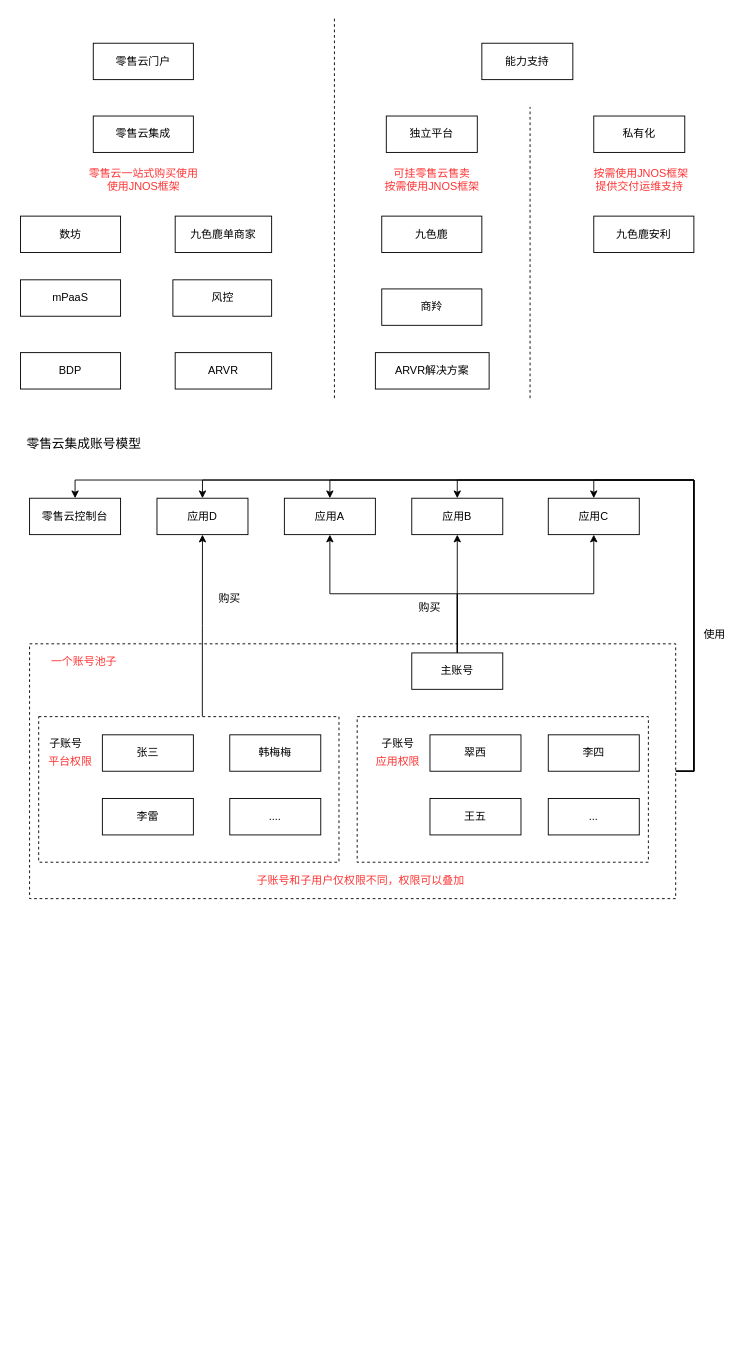
Earlier version of the draw.io diagram page "第 2 页" (2 of 2) of account-model.drawio (greenabyss/image). Source tidied: cells renumbered, new cells numbered last; positions are measured from the earlier drawing's top-left corner, leaving out a move shared by most shapes. Both pictures are drawn from the tidied source at 91%, with x=0, y=0 at pixel (15, 15).
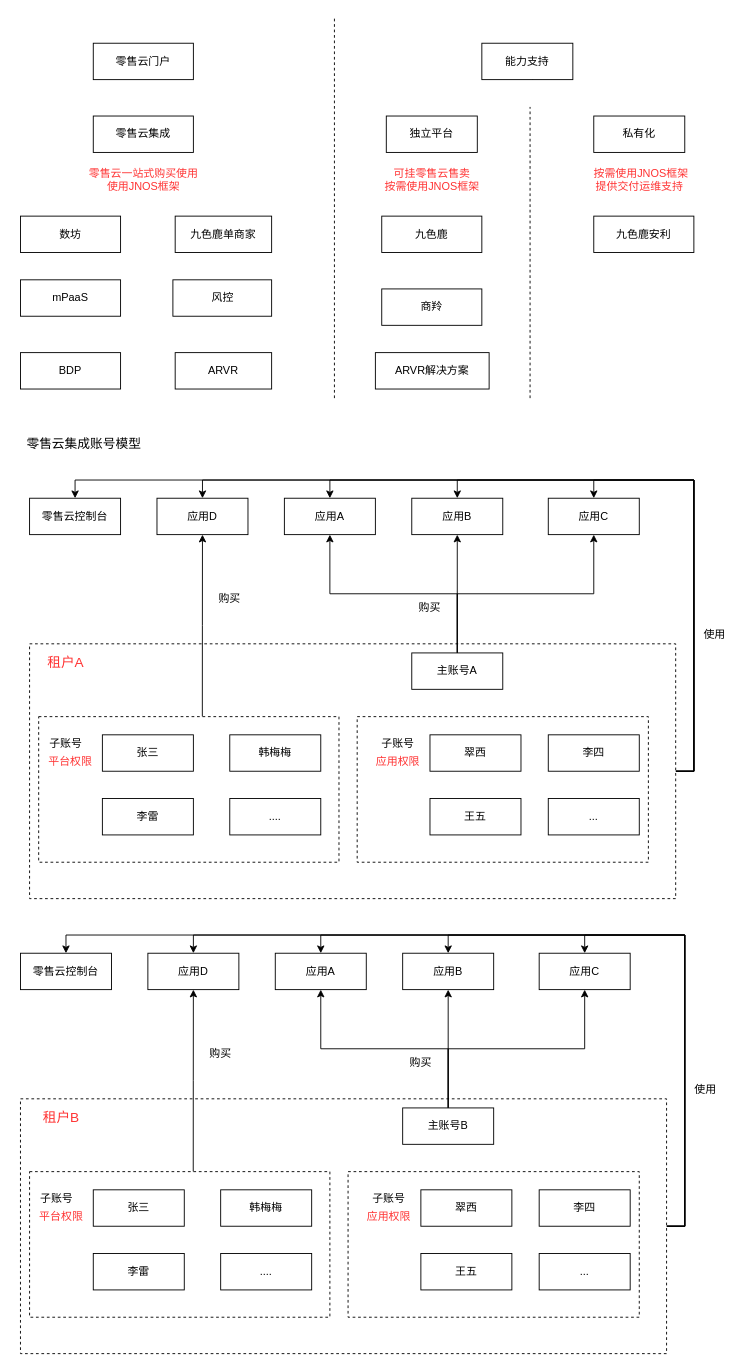
The same diagram, later.

Change to the diagram source:
```diff
@@
-    <mxCell id="30" value="主账号" style="rounded=0;whiteSpace=wrap;html=1;" parent="1" vertex="1">
+    <mxCell id="30" value="主账号A" style="rounded=0;whiteSpace=wrap;html=1;" parent="1" vertex="1">
       <mxGeometry x="435" y="700" width="100" height="40" as="geometry" />
     </mxCell>
@@
-    <mxCell id="50" value="&lt;font color=&quot;#ff3333&quot;&gt;一个账号池子&lt;/font&gt;" style="text;html=1;strokeColor=none;fillColor=none;align=center;verticalAlign=middle;whiteSpace=wrap;rounded=0;dashed=1;" parent="1" vertex="1">
-      <mxGeometry x="35" y="700" width="80" height="20" as="geometry" />
+    <mxCell id="50" value="&lt;font color=&quot;#ff3333&quot; style=&quot;font-size: 15px;&quot;&gt;租户A&lt;/font&gt;" style="text;html=1;strokeColor=none;fillColor=none;align=center;verticalAlign=middle;whiteSpace=wrap;rounded=0;dashed=1;fontSize=15;" parent="1" vertex="1">
+      <mxGeometry x="15" y="700" width="80" height="20" as="geometry" />
     </mxCell>
@@
-    <mxCell id="57" value="&lt;font color=&quot;#ff3333&quot;&gt;子账号和子用户仅权限不同，权限可以叠加&lt;/font&gt;" style="text;html=1;strokeColor=none;fillColor=none;align=center;verticalAlign=middle;whiteSpace=wrap;rounded=0;dashed=1;" parent="1" vertex="1">
-      <mxGeometry x="261" y="940" width="236" height="20" as="geometry" />
-    </mxCell>
@@
+    <mxCell id="59" style="edgeStyle=orthogonalEdgeStyle;rounded=0;jettySize=auto;html=1;exitX=1;exitY=0.5;exitDx=0;exitDy=0;entryX=0.5;entryY=0;entryDx=0;entryDy=0;" parent="1" edge="1" source="64" target="82">
+      <mxGeometry relative="1" as="geometry" />
+    </mxCell>
+    <mxCell id="60" style="edgeStyle=orthogonalEdgeStyle;rounded=0;jettySize=auto;html=1;exitX=1;exitY=0.5;exitDx=0;exitDy=0;entryX=0.5;entryY=0;entryDx=0;entryDy=0;" parent="1" edge="1" source="64" target="86">
+      <mxGeometry relative="1" as="geometry" />
+    </mxCell>
+    <mxCell id="61" style="edgeStyle=orthogonalEdgeStyle;rounded=0;jettySize=auto;html=1;exitX=1;exitY=0.5;exitDx=0;exitDy=0;entryX=0.5;entryY=0;entryDx=0;entryDy=0;" parent="1" edge="1" source="64" target="88">
+      <mxGeometry relative="1" as="geometry" />
+    </mxCell>
+    <mxCell id="62" style="edgeStyle=orthogonalEdgeStyle;rounded=0;jettySize=auto;html=1;exitX=1;exitY=0.5;exitDx=0;exitDy=0;entryX=0.5;entryY=0;entryDx=0;entryDy=0;" parent="1" edge="1" source="64" target="84">
+      <mxGeometry relative="1" as="geometry">
+        <Array as="points">
+          <mxPoint x="735" y="1330" />
+          <mxPoint x="735" y="1010" />
+          <mxPoint x="625" y="1010" />
+        </Array>
+      </mxGeometry>
+    </mxCell>
+    <mxCell id="63" style="edgeStyle=orthogonalEdgeStyle;rounded=0;jettySize=auto;html=1;exitX=1;exitY=0.5;exitDx=0;exitDy=0;entryX=0.5;entryY=0;entryDx=0;entryDy=0;" parent="1" edge="1" source="64" target="83">
+      <mxGeometry relative="1" as="geometry">
+        <Array as="points">
+          <mxPoint x="735" y="1330" />
+          <mxPoint x="735" y="1010" />
+          <mxPoint x="475" y="1010" />
+        </Array>
+      </mxGeometry>
+    </mxCell>
+    <mxCell id="64" style="rounded=0;whiteSpace=wrap;html=1;dashed=1;" parent="1" vertex="1">
+      <mxGeometry x="5" y="1190" width="710" height="280" as="geometry" />
+    </mxCell>
+    <mxCell id="65" style="edgeStyle=orthogonalEdgeStyle;rounded=0;jettySize=auto;html=1;exitX=0.545;exitY=0;exitDx=0;exitDy=0;entryX=0.5;entryY=1;entryDx=0;entryDy=0;exitPerimeter=0;" parent="1" edge="1" source="66" target="86">
+      <mxGeometry relative="1" as="geometry" />
+    </mxCell>
+    <mxCell id="66" style="rounded=0;whiteSpace=wrap;html=1;dashed=1;" parent="1" vertex="1">
+      <mxGeometry x="15" y="1270" width="330" height="160" as="geometry" />
+    </mxCell>
+    <mxCell id="67" style="edgeStyle=orthogonalEdgeStyle;rounded=0;jettySize=auto;html=1;exitX=0.5;exitY=0;exitDx=0;exitDy=0;entryX=0.5;entryY=1;entryDx=0;entryDy=0;" parent="1" edge="1" source="70" target="82">
+      <mxGeometry relative="1" as="geometry" />
+    </mxCell>
+    <mxCell id="68" style="edgeStyle=orthogonalEdgeStyle;rounded=0;jettySize=auto;html=1;exitX=0.5;exitY=0;exitDx=0;exitDy=0;entryX=0.5;entryY=1;entryDx=0;entryDy=0;" parent="1" edge="1" source="70" target="83">
+      <mxGeometry relative="1" as="geometry" />
+    </mxCell>
+    <mxCell id="69" style="edgeStyle=orthogonalEdgeStyle;rounded=0;jettySize=auto;html=1;exitX=0.5;exitY=0;exitDx=0;exitDy=0;entryX=0.5;entryY=1;entryDx=0;entryDy=0;" parent="1" edge="1" source="70" target="84">
+      <mxGeometry relative="1" as="geometry" />
+    </mxCell>
+    <mxCell id="70" value="主账号B" style="rounded=0;whiteSpace=wrap;html=1;" parent="1" vertex="1">
+      <mxGeometry x="425" y="1200" width="100" height="40" as="geometry" />
+    </mxCell>
+    <mxCell id="71" value="张三" style="rounded=0;whiteSpace=wrap;html=1;" parent="1" vertex="1">
+      <mxGeometry x="85" y="1290" width="100" height="40" as="geometry" />
+    </mxCell>
+    <mxCell id="72" value="李雷" style="rounded=0;whiteSpace=wrap;html=1;" parent="1" vertex="1">
+      <mxGeometry x="85" y="1360" width="100" height="40" as="geometry" />
+    </mxCell>
+    <mxCell id="73" value="韩梅梅" style="rounded=0;whiteSpace=wrap;html=1;" parent="1" vertex="1">
+      <mxGeometry x="225" y="1290" width="100" height="40" as="geometry" />
+    </mxCell>
+    <mxCell id="74" style="rounded=0;whiteSpace=wrap;html=1;dashed=1;" parent="1" vertex="1">
+      <mxGeometry x="365" y="1270" width="320" height="160" as="geometry" />
+    </mxCell>
+    <mxCell id="75" value="翠西" style="rounded=0;whiteSpace=wrap;html=1;" parent="1" vertex="1">
+      <mxGeometry x="445" y="1290" width="100" height="40" as="geometry" />
+    </mxCell>
+    <mxCell id="76" value="李四" style="rounded=0;whiteSpace=wrap;html=1;" parent="1" vertex="1">
+      <mxGeometry x="575" y="1290" width="100" height="40" as="geometry" />
+    </mxCell>
+    <mxCell id="77" value="王五" style="rounded=0;whiteSpace=wrap;html=1;" parent="1" vertex="1">
+      <mxGeometry x="445" y="1360" width="100" height="40" as="geometry" />
+    </mxCell>
+    <mxCell id="78" value="...." style="rounded=0;whiteSpace=wrap;html=1;" parent="1" vertex="1">
+      <mxGeometry x="225" y="1360" width="100" height="40" as="geometry" />
+    </mxCell>
+    <mxCell id="79" value="子账号" style="text;html=1;strokeColor=none;fillColor=none;align=center;verticalAlign=middle;whiteSpace=wrap;rounded=0;dashed=1;" parent="1" vertex="1">
+      <mxGeometry x="25" y="1290" width="40" height="20" as="geometry" />
+    </mxCell>
+    <mxCell id="80" value="..." style="rounded=0;whiteSpace=wrap;html=1;" parent="1" vertex="1">
+      <mxGeometry x="575" y="1360" width="100" height="40" as="geometry" />
+    </mxCell>
+    <mxCell id="81" value="子账号" style="text;html=1;strokeColor=none;fillColor=none;align=center;verticalAlign=middle;whiteSpace=wrap;rounded=0;dashed=1;" parent="1" vertex="1">
+      <mxGeometry x="385" y="1290" width="50" height="20" as="geometry" />
+    </mxCell>
+    <mxCell id="82" value="应用A" style="rounded=0;whiteSpace=wrap;html=1;" parent="1" vertex="1">
+      <mxGeometry x="285" y="1030" width="100" height="40" as="geometry" />
+    </mxCell>
+    <mxCell id="83" value="应用B" style="rounded=0;whiteSpace=wrap;html=1;" parent="1" vertex="1">
+      <mxGeometry x="425" y="1030" width="100" height="40" as="geometry" />
+    </mxCell>
+    <mxCell id="84" value="应用C" style="rounded=0;whiteSpace=wrap;html=1;" parent="1" vertex="1">
+      <mxGeometry x="575" y="1030" width="100" height="40" as="geometry" />
+    </mxCell>
+    <mxCell id="85" value="购买" style="text;html=1;strokeColor=none;fillColor=none;align=center;verticalAlign=middle;whiteSpace=wrap;rounded=0;dashed=1;" parent="1" vertex="1">
+      <mxGeometry x="425" y="1140" width="40" height="20" as="geometry" />
+    </mxCell>
+    <mxCell id="86" value="应用D" style="rounded=0;whiteSpace=wrap;html=1;" parent="1" vertex="1">
+      <mxGeometry x="145" y="1030" width="100" height="40" as="geometry" />
+    </mxCell>
+    <mxCell id="87" value="购买" style="text;html=1;strokeColor=none;fillColor=none;align=center;verticalAlign=middle;whiteSpace=wrap;rounded=0;dashed=1;" parent="1" vertex="1">
+      <mxGeometry x="205" y="1130" width="40" height="20" as="geometry" />
+    </mxCell>
+    <mxCell id="88" value="零售云控制台" style="rounded=0;whiteSpace=wrap;html=1;" parent="1" vertex="1">
+      <mxGeometry x="5" y="1030" width="100" height="40" as="geometry" />
+    </mxCell>
+    <mxCell id="89" value="&lt;font color=&quot;#ff3333&quot; style=&quot;font-size: 15px;&quot;&gt;租户B&lt;/font&gt;" style="text;html=1;strokeColor=none;fillColor=none;align=center;verticalAlign=middle;whiteSpace=wrap;rounded=0;dashed=1;fontSize=15;" parent="1" vertex="1">
+      <mxGeometry x="10" y="1200" width="80" height="20" as="geometry" />
+    </mxCell>
+    <mxCell id="90" value="&lt;font color=&quot;#ff3333&quot;&gt;平台权限&lt;/font&gt;" style="text;html=1;strokeColor=none;fillColor=none;align=center;verticalAlign=middle;whiteSpace=wrap;rounded=0;dashed=1;" parent="1" vertex="1">
+      <mxGeometry x="10" y="1310" width="80" height="20" as="geometry" />
+    </mxCell>
+    <mxCell id="91" value="&lt;font color=&quot;#ff3333&quot;&gt;应用权限&lt;/font&gt;" style="text;html=1;strokeColor=none;fillColor=none;align=center;verticalAlign=middle;whiteSpace=wrap;rounded=0;dashed=1;" parent="1" vertex="1">
+      <mxGeometry x="370" y="1310" width="80" height="20" as="geometry" />
+    </mxCell>
+    <mxCell id="92" value="使用" style="text;html=1;strokeColor=none;fillColor=none;align=center;verticalAlign=middle;whiteSpace=wrap;rounded=0;" parent="1" vertex="1">
+      <mxGeometry x="738" y="1170" width="40" height="20" as="geometry" />
+    </mxCell>
```
